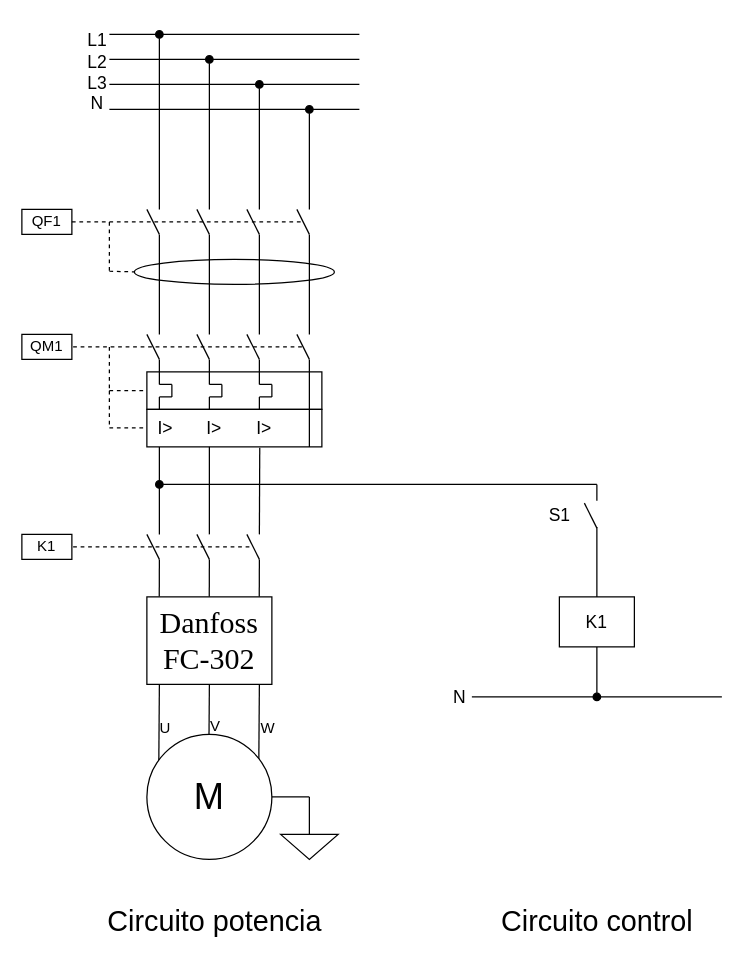
Before: TP Final/Catalogos/Arranque_Trifa.drawio in tlondero/SyA, a draw.io diagram. Source tidied: cells renumbered, new cells numbered last; positions are measured from the earlier drawing's top-left corner, leaving out a move shared by most shapes. Both pictures are drawn from the tidied source at 125%, with x=0, y=0 at pixel (21, 21).
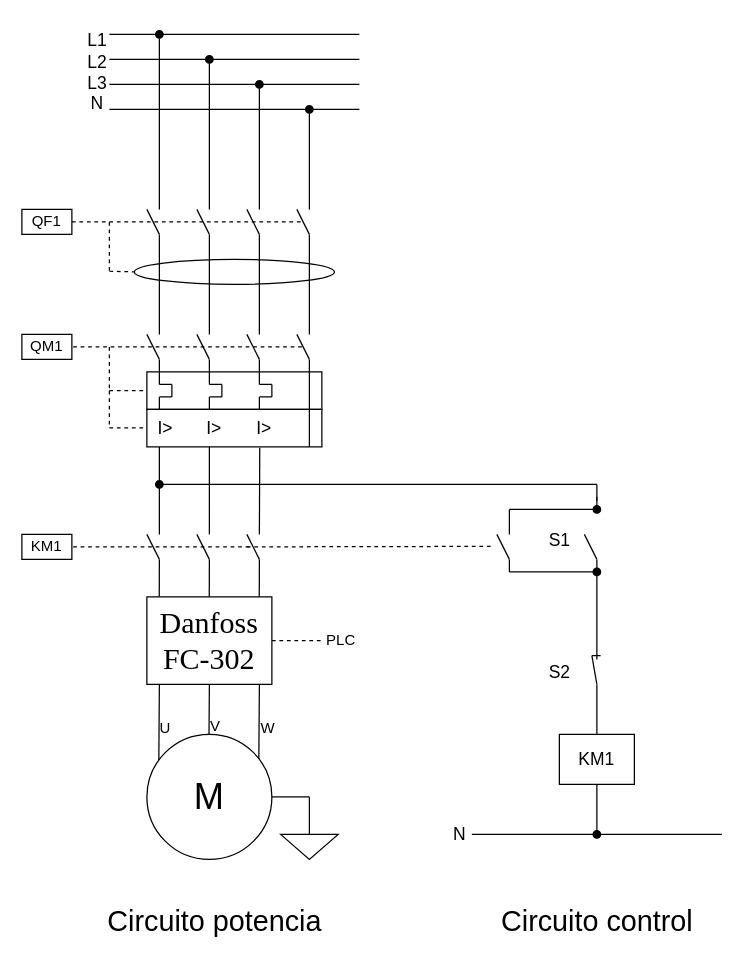
After the change.

Commit message (it also covers changes not shown here):
Arranque trifa update

The edit, as a diff of the source:
```diff
@@
     <mxCell id="25" style="endArrow=none;html=1;rounded=0;" parent="1" edge="1">
       <mxGeometry relative="1" as="geometry">
-        <mxPoint x="360" y="540" as="sourcePoint" />
-        <mxPoint x="560" y="540" as="targetPoint" />
+        <mxPoint x="360" y="650" as="sourcePoint" />
+        <mxPoint x="560" y="650" as="targetPoint" />
       </mxGeometry>
     </mxCell>
     <mxCell id="26" value="N" style="text;html=1;align=center;verticalAlign=middle;strokeColor=none;fillColor=none;fontSize=14;" parent="1" vertex="1">
-      <mxGeometry x="335" y="525" width="30" height="30" as="geometry" />
+      <mxGeometry x="335" y="635" width="30" height="30" as="geometry" />
     </mxCell>
@@
     <mxCell id="28" style="endArrow=none;html=1;rounded=0;" parent="1" edge="1">
       <mxGeometry relative="1" as="geometry">
-        <mxPoint x="460" y="405" as="sourcePoint" />
-        <mxPoint x="450" y="385" as="targetPoint" />
+        <mxPoint x="460" y="530" as="sourcePoint" />
+        <mxPoint x="456" y="507" as="targetPoint" />
       </mxGeometry>
     </mxCell>
     <mxCell id="29" style="endArrow=none;html=1;rounded=0;exitX=0.5;exitY=0;exitDx=0;exitDy=0;" parent="1" edge="1" source="30">
       <mxGeometry relative="1" as="geometry">
-        <mxPoint x="460" y="404" as="targetPoint" />
+        <mxPoint x="460" y="530" as="targetPoint" />
       </mxGeometry>
     </mxCell>
-    <mxCell id="30" value="K1" style="rounded=0;whiteSpace=wrap;html=1;fontSize=14;fillColor=none;" parent="1" vertex="1">
-      <mxGeometry x="430" y="460" width="60" height="40" as="geometry" />
+    <mxCell id="30" value="KM1" style="rounded=0;whiteSpace=wrap;html=1;fontSize=14;fillColor=none;" parent="1" vertex="1">
+      <mxGeometry x="430" y="570" width="60" height="40" as="geometry" />
     </mxCell>
     <mxCell id="31" style="endArrow=none;html=1;rounded=0;startArrow=oval;startFill=1;" parent="1" edge="1">
       <mxGeometry relative="1" as="geometry">
-        <mxPoint x="460" y="540" as="sourcePoint" />
-        <mxPoint x="460" y="500" as="targetPoint" />
+        <mxPoint x="460" y="650" as="sourcePoint" />
+        <mxPoint x="460" y="610" as="targetPoint" />
       </mxGeometry>
     </mxCell>
-    <mxCell id="32" value="S1" style="text;html=1;align=center;verticalAlign=middle;strokeColor=none;fillColor=none;fontSize=14;" parent="1" vertex="1">
-      <mxGeometry x="410" y="380" width="40" height="30" as="geometry" />
+    <mxCell id="32" value="S2" style="text;html=1;align=center;verticalAlign=middle;strokeColor=none;fillColor=none;fontSize=14;" parent="1" vertex="1">
+      <mxGeometry x="410" y="505" width="40" height="30" as="geometry" />
     </mxCell>
@@
-    <mxCell id="78" value="K1" style="rounded=0;whiteSpace=wrap;html=1;fillColor=none;" parent="1" vertex="1">
+    <mxCell id="78" value="KM1" style="rounded=0;whiteSpace=wrap;html=1;fillColor=none;" parent="1" vertex="1">
       <mxGeometry y="410" width="40" height="20" as="geometry" />
     </mxCell>
@@
+    <mxCell id="92" style="endArrow=none;html=1;rounded=0;" parent="1" edge="1">
+      <mxGeometry relative="1" as="geometry">
+        <mxPoint x="460" y="430" as="sourcePoint" />
+        <mxPoint x="450" y="410" as="targetPoint" />
+      </mxGeometry>
+    </mxCell>
+    <mxCell id="93" style="endArrow=none;html=1;rounded=0;endFill=0;" parent="1" edge="1">
+      <mxGeometry relative="1" as="geometry">
+        <mxPoint x="463" y="507" as="sourcePoint" />
+        <mxPoint x="456" y="507" as="targetPoint" />
+      </mxGeometry>
+    </mxCell>
+    <mxCell id="94" style="endArrow=none;html=1;rounded=0;" parent="1" edge="1">
+      <mxGeometry relative="1" as="geometry">
+        <mxPoint x="460" y="510" as="sourcePoint" />
+        <mxPoint x="460" y="430" as="targetPoint" />
+      </mxGeometry>
+    </mxCell>
+    <mxCell id="95" style="endArrow=none;html=1;rounded=0;" parent="1" edge="1">
+      <mxGeometry relative="1" as="geometry">
+        <mxPoint x="460" y="390" as="sourcePoint" />
+        <mxPoint x="460" y="380" as="targetPoint" />
+      </mxGeometry>
+    </mxCell>
+    <mxCell id="96" value="S1" style="text;html=1;align=center;verticalAlign=middle;strokeColor=none;fillColor=none;fontSize=14;" parent="1" vertex="1">
+      <mxGeometry x="410" y="400" width="40" height="30" as="geometry" />
+    </mxCell>
+    <mxCell id="97" style="endArrow=none;html=1;rounded=0;" parent="1" edge="1">
+      <mxGeometry relative="1" as="geometry">
+        <mxPoint x="390" y="430" as="sourcePoint" />
+        <mxPoint x="380" y="410" as="targetPoint" />
+      </mxGeometry>
+    </mxCell>
+    <mxCell id="98" style="endArrow=none;dashed=1;html=1;rounded=0;" parent="1" edge="1">
+      <mxGeometry relative="1" as="geometry">
+        <mxPoint x="180" y="420" as="sourcePoint" />
+        <mxPoint x="378" y="419.6" as="targetPoint" />
+      </mxGeometry>
+    </mxCell>
+    <mxCell id="99" style="endArrow=none;html=1;rounded=0;" parent="1" edge="1">
+      <mxGeometry relative="1" as="geometry">
+        <mxPoint x="390" y="440" as="sourcePoint" />
+        <mxPoint x="390" y="430" as="targetPoint" />
+      </mxGeometry>
+    </mxCell>
+    <mxCell id="100" style="endArrow=none;html=1;rounded=0;endFill=0;startArrow=oval;startFill=1;" parent="1" edge="1">
+      <mxGeometry relative="1" as="geometry">
+        <mxPoint x="460" y="440" as="sourcePoint" />
+        <mxPoint x="390" y="440" as="targetPoint" />
+      </mxGeometry>
+    </mxCell>
+    <mxCell id="101" style="endArrow=none;html=1;rounded=0;endFill=0;startArrow=oval;startFill=1;" parent="1" edge="1">
+      <mxGeometry relative="1" as="geometry">
+        <mxPoint x="460" y="390" as="sourcePoint" />
+        <mxPoint x="390" y="390" as="targetPoint" />
+      </mxGeometry>
+    </mxCell>
+    <mxCell id="102" style="endArrow=none;html=1;rounded=0;" parent="1" edge="1">
+      <mxGeometry relative="1" as="geometry">
+        <mxPoint x="390" y="410" as="sourcePoint" />
+        <mxPoint x="390" y="390" as="targetPoint" />
+      </mxGeometry>
+    </mxCell>
+    <mxCell id="103" style="endArrow=none;dashed=1;html=1;rounded=0;" parent="1" edge="1">
+      <mxGeometry relative="1" as="geometry">
+        <mxPoint x="200" y="495" as="sourcePoint" />
+        <mxPoint x="240" y="495" as="targetPoint" />
+      </mxGeometry>
+    </mxCell>
+    <mxCell id="104" value="PLC" style="text;html=1;align=center;verticalAlign=middle;strokeColor=none;fillColor=none;" parent="1" vertex="1">
+      <mxGeometry x="230" y="480" width="50" height="30" as="geometry" />
+    </mxCell>
```
